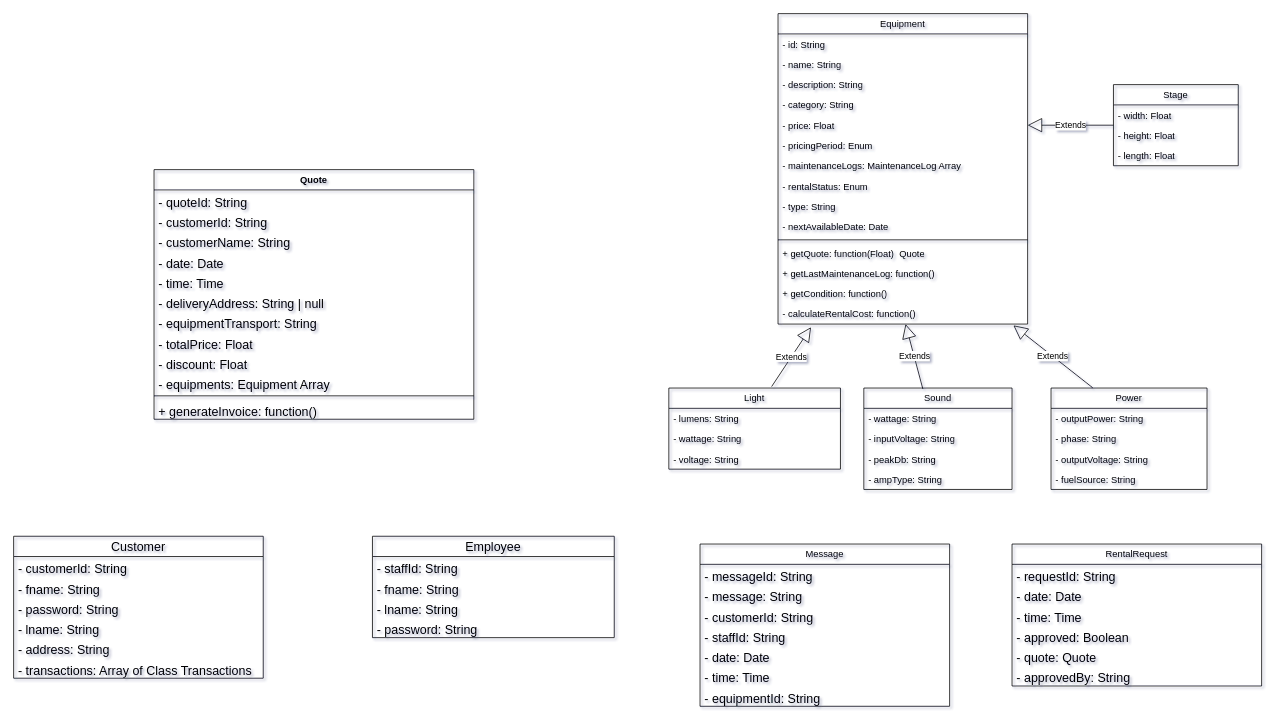
Above: Grizzly UML.drawio in dbucknor/ap-grizzly-entertainment (draw.io), before the change. Source tidied: cells renumbered, new cells numbered last; positions are measured from the earlier drawing's top-left corner, leaving out a move shared by most shapes. Both pictures are drawn from the tidied source at 78%, with x=0, y=0 at pixel (13, 13).
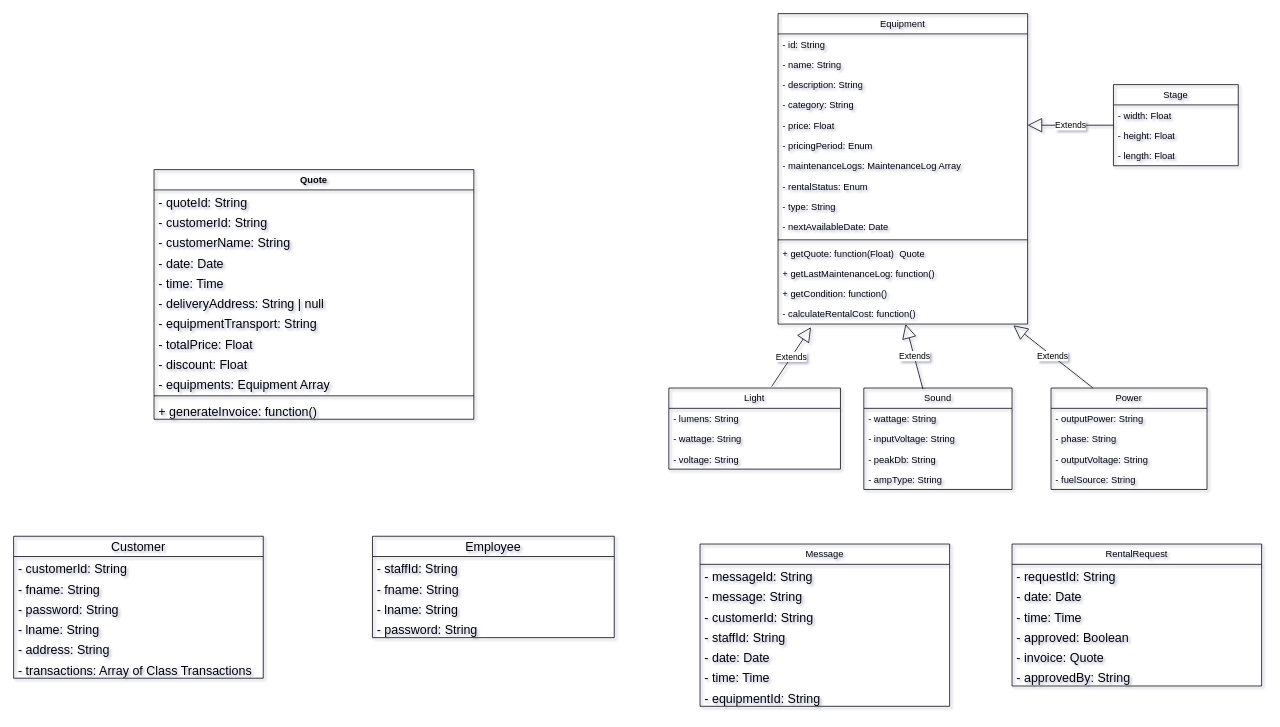
The same diagram, later.

The change refers to these unchanged cells:
```xml
<mxCell id="73" value="RentalRequest" style="swimlane;fontStyle=0;horizontal=1;startSize=26;fillColor=none;whiteSpace=wrap;html=1;" parent="1" vertex="1">
  <mxGeometry x="1280" y="680" width="320" height="182" as="geometry" />
</mxCell>
```

Diff of the diagram source:
```diff
@@
-    <mxCell id="78" value="- quote: Quote" style="text;strokeColor=none;fillColor=none;align=left;verticalAlign=top;spacingLeft=4;spacingRight=4;overflow=hidden;whiteSpace=wrap;html=1;fontSize=16;" parent="73" vertex="1">
+    <mxCell id="78" value="- invoice: Quote" style="text;strokeColor=none;fillColor=none;align=left;verticalAlign=top;spacingLeft=4;spacingRight=4;overflow=hidden;whiteSpace=wrap;html=1;fontSize=16;" parent="73" vertex="1">
       <mxGeometry y="130" width="320" height="26" as="geometry" />
     </mxCell>
```
